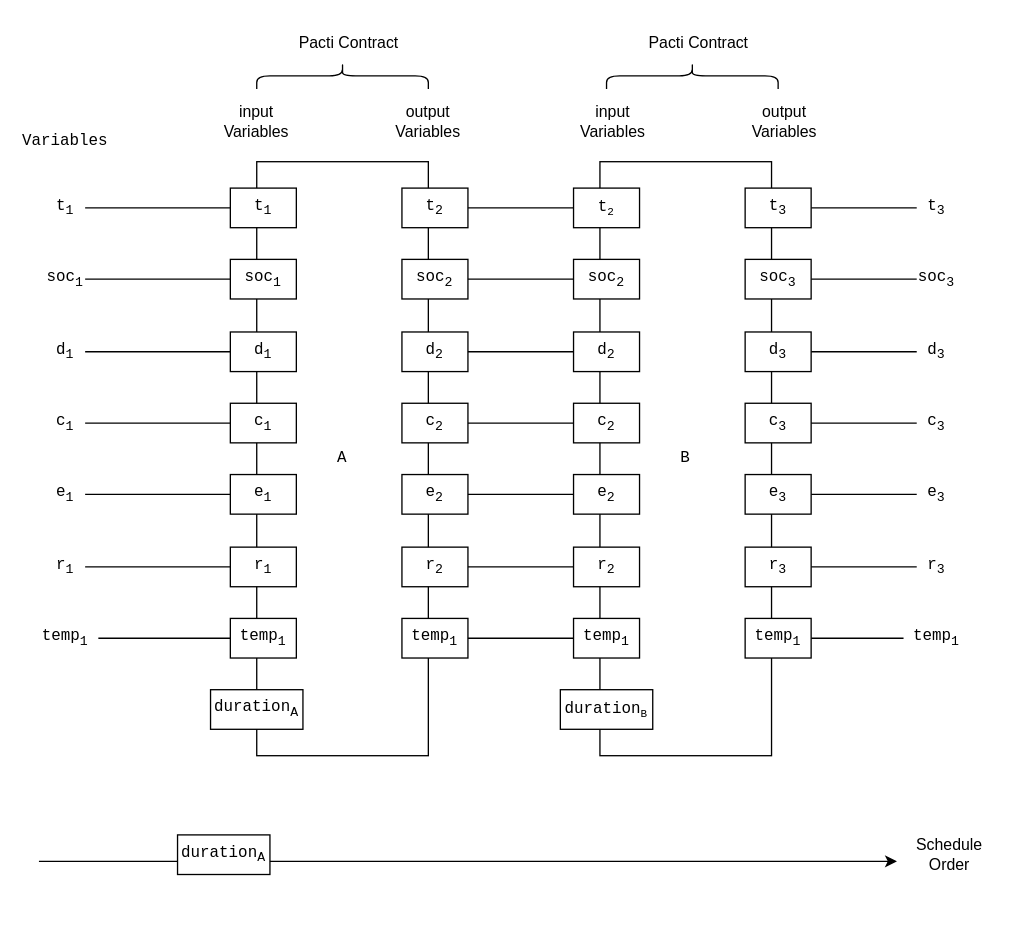
Above: page "Page-1" (1 of 2) of case_studies/space_mission/figures/task-schedule-contracts.drawio in pacti-org/pacti (draw.io), before the change. Source tidied: cells renumbered, new cells numbered last; positions are measured from the earlier drawing's top-left corner, leaving out a move shared by most shapes. Both pictures are drawn from the tidied source at 132%, with x=0, y=0 at pixel (25, -11).
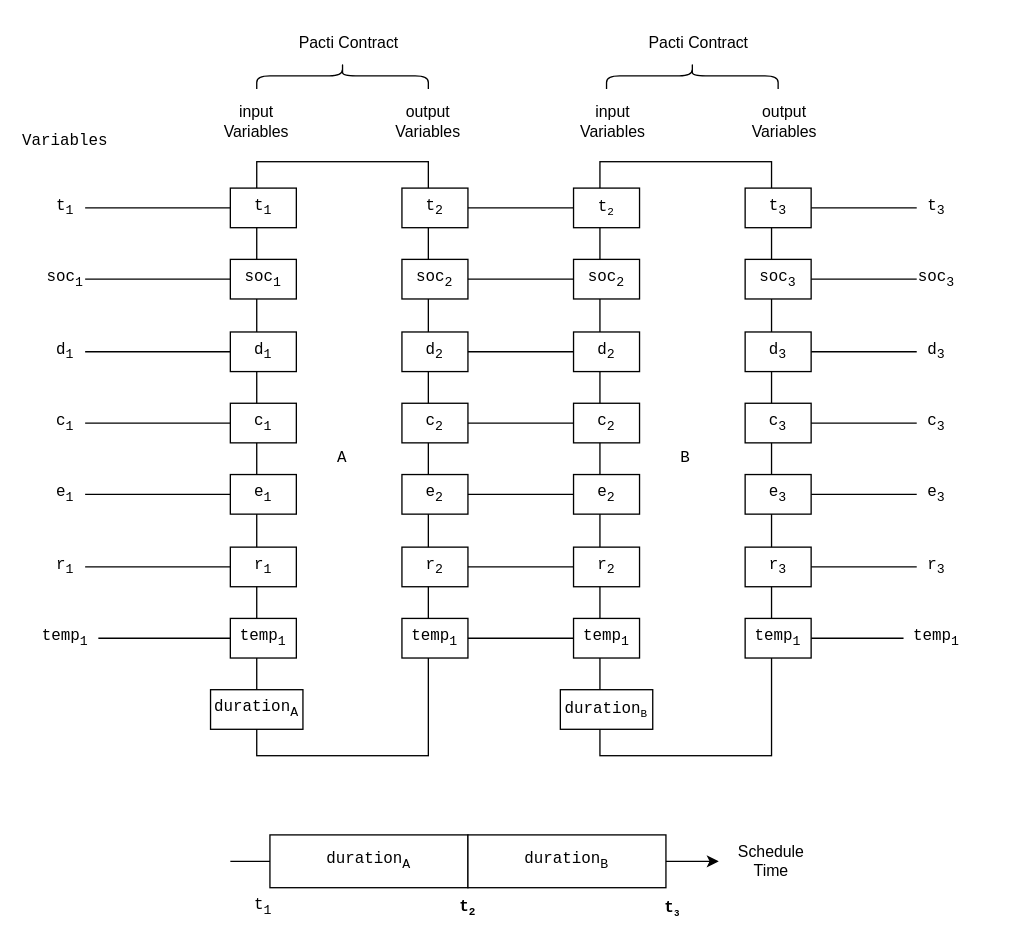
The same diagram, later.

Change to the diagram source:
```diff
@@
     <mxCell id="2" style="endArrow=classic;html=1;rounded=0;" parent="1" edge="1">
       <mxGeometry relative="1" as="geometry">
-        <mxPoint x="10" y="660" as="sourcePoint" />
-        <mxPoint x="660" y="660" as="targetPoint" />
+        <mxPoint x="155" y="660" as="sourcePoint" />
+        <mxPoint x="525" y="660" as="targetPoint" />
       </mxGeometry>
     </mxCell>
-    <mxCell id="3" value="Schedule&lt;br&gt;Order" style="text;html=1;strokeColor=none;fillColor=none;align=center;verticalAlign=middle;whiteSpace=wrap;rounded=0;" parent="1" vertex="1">
-      <mxGeometry x="670" y="640" width="60" height="30" as="geometry" />
+    <mxCell id="3" value="Schedule&lt;br&gt;Time" style="text;html=1;strokeColor=none;fillColor=none;align=center;verticalAlign=middle;whiteSpace=wrap;rounded=0;" parent="1" vertex="1">
+      <mxGeometry x="535" y="645" width="60" height="30" as="geometry" />
     </mxCell>
@@
     <mxCell id="87" value="duration&lt;sub&gt;A&lt;/sub&gt;" style="rounded=0;whiteSpace=wrap;html=1;fontFamily=Courier New;" parent="1" vertex="1">
-      <mxGeometry x="115" y="640" width="70" height="30" as="geometry" />
+      <mxGeometry x="185" y="640" width="150" height="40" as="geometry" />
     </mxCell>
+    <mxCell id="88" value="&lt;font face=&quot;Courier New&quot;&gt;t&lt;sub&gt;1&lt;/sub&gt;&lt;/font&gt;" style="text;html=1;strokeColor=none;fillColor=none;align=center;verticalAlign=middle;whiteSpace=wrap;rounded=0;" parent="1" vertex="1">
+      <mxGeometry x="165" y="680" width="30" height="30" as="geometry" />
+    </mxCell>
+    <mxCell id="89" value="&lt;font face=&quot;Courier New&quot;&gt;t&lt;span style=&quot;font-size: 10px;&quot;&gt;&lt;sub&gt;2&lt;/sub&gt;&lt;/span&gt;&lt;/font&gt;" style="text;html=1;strokeColor=none;fillColor=none;align=center;verticalAlign=middle;whiteSpace=wrap;rounded=0;fontStyle=1;" parent="1" vertex="1">
+      <mxGeometry x="320" y="680" width="30" height="30" as="geometry" />
+    </mxCell>
+    <mxCell id="90" value="duration&lt;sub&gt;B&lt;/sub&gt;" style="rounded=0;whiteSpace=wrap;html=1;fontFamily=Courier New;" parent="1" vertex="1">
+      <mxGeometry x="335" y="640" width="150" height="40" as="geometry" />
+    </mxCell>
+    <mxCell id="91" value="&lt;font face=&quot;Courier New&quot;&gt;t&lt;span style=&quot;font-size: 8.33333px;&quot;&gt;&lt;sub&gt;3&lt;/sub&gt;&lt;/span&gt;&lt;/font&gt;" style="text;html=1;strokeColor=none;fillColor=none;align=center;verticalAlign=middle;whiteSpace=wrap;rounded=0;fontStyle=1;" parent="1" vertex="1">
+      <mxGeometry x="475" y="680" width="30" height="30" as="geometry" />
+    </mxCell>
```
